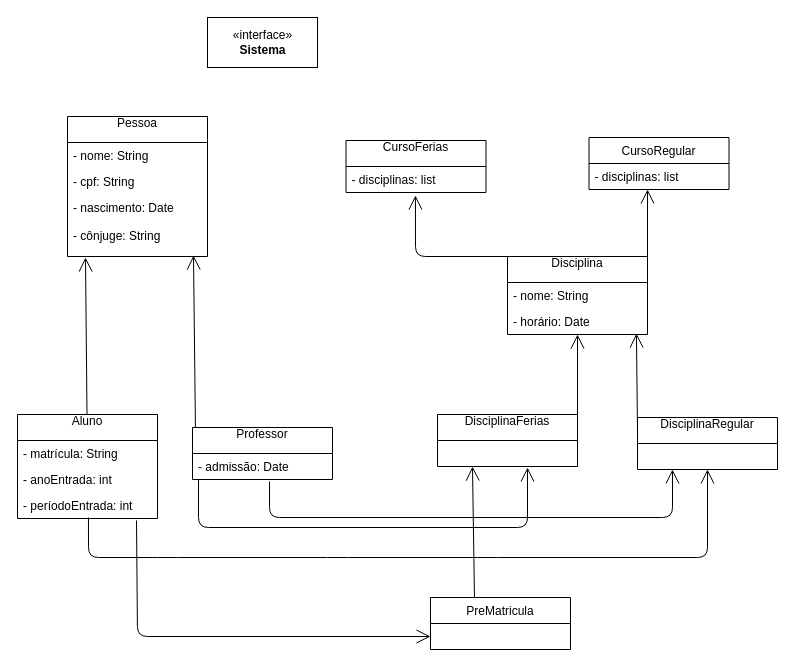
Above: Sistema de matricula.drawio in Thamires-Lopes/mpoo-tlm-20191 (draw.io), before the change. Source tidied: cells renumbered, new cells numbered last; positions are measured from the earlier drawing's top-left corner, leaving out a move shared by most shapes. Both pictures are drawn from the tidied source at 100%, with x=0, y=0 at pixel (17, 17).
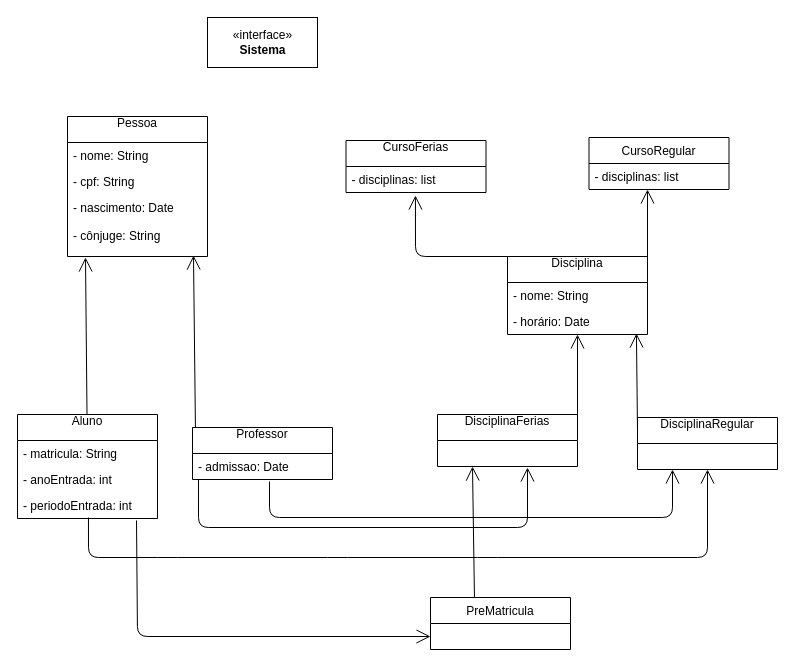
After the change.

Commit message (it also covers changes not shown here):
Enviando diagramas

The change refers to these unchanged cells:
```xml
<mxCell id="6" value="Aluno&#10;" style="swimlane;fontStyle=0;horizontal=1;startSize=26;fillColor=none;" parent="1" vertex="1">
  <mxGeometry y="397" width="140" height="104" as="geometry" />
</mxCell>
<mxCell id="10" value="Professor&#10;" style="swimlane;fontStyle=0;horizontal=1;startSize=26;fillColor=none;" parent="1" vertex="1">
  <mxGeometry x="175" y="410" width="140" height="52" as="geometry" />
</mxCell>
```

The edit, as a diff of the source:
```diff
@@
-    <mxCell id="7" value="- matrícula: String&#10;" style="text;strokeColor=none;fillColor=none;align=left;verticalAlign=top;spacingLeft=4;spacingRight=4;overflow=hidden;" parent="6" vertex="1">
+    <mxCell id="7" value="- matricula: String&#10;" style="text;strokeColor=none;fillColor=none;align=left;verticalAlign=top;spacingLeft=4;spacingRight=4;overflow=hidden;" parent="6" vertex="1">
       <mxGeometry y="26" width="140" height="26" as="geometry" />
     </mxCell>
@@
-    <mxCell id="9" value="- períodoEntrada: int&#10;" style="text;strokeColor=none;fillColor=none;align=left;verticalAlign=top;spacingLeft=4;spacingRight=4;overflow=hidden;points=[[0,0.5],[1,0.5]];portConstraint=eastwest;" parent="6" vertex="1">
+    <mxCell id="9" value="- periodoEntrada: int&#10;" style="text;strokeColor=none;fillColor=none;align=left;verticalAlign=top;spacingLeft=4;spacingRight=4;overflow=hidden;points=[[0,0.5],[1,0.5]];portConstraint=eastwest;" parent="6" vertex="1">
       <mxGeometry y="78" width="140" height="26" as="geometry" />
     </mxCell>
@@
-    <mxCell id="11" value="- admissão: Date&#10;" style="text;strokeColor=none;fillColor=none;align=left;verticalAlign=top;spacingLeft=4;spacingRight=4;overflow=hidden;points=[[0,0.5],[1,0.5]];portConstraint=eastwest;" parent="10" vertex="1">
+    <mxCell id="11" value="- admissao: Date&#10;" style="text;strokeColor=none;fillColor=none;align=left;verticalAlign=top;spacingLeft=4;spacingRight=4;overflow=hidden;points=[[0,0.5],[1,0.5]];portConstraint=eastwest;" parent="10" vertex="1">
       <mxGeometry y="26" width="140" height="26" as="geometry" />
     </mxCell>
```
